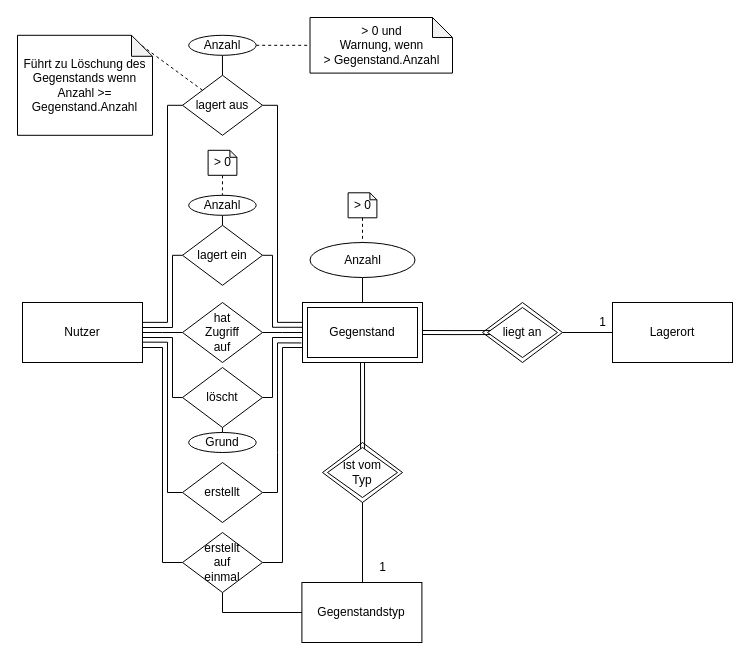
Earlier version of the draw.io diagram ArchitekturEntwurf Material/ERM_Sicht_F04.drawio (TINF18B5/SWE_TINF18B5_Timo_Klenk). Source tidied: cells renumbered, new cells numbered last; positions are measured from the earlier drawing's top-left corner, leaving out a move shared by most shapes. Both pictures are drawn from the tidied source at 100%, with x=0, y=0 at pixel (17, 17).
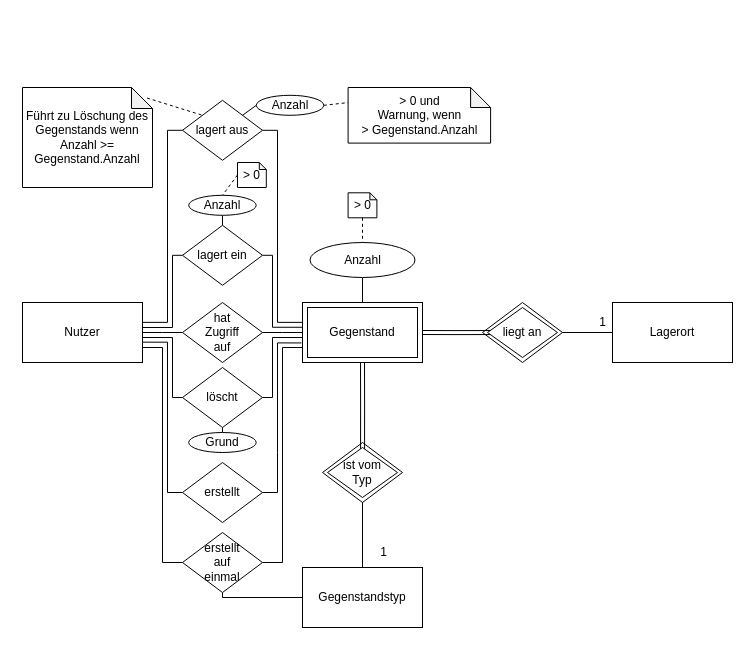
The same page after the edit.

Unchanged cells that the change refers to:
```xml
<mxCell id="26" value="erstellt&lt;br&gt;auf&lt;br&gt;einmal" style="rhombus;whiteSpace=wrap;html=1;" parent="1" vertex="1">
  <mxGeometry x="165" y="515" width="80" height="60" as="geometry" />
</mxCell>
<mxCell id="40" value="Anzahl" style="ellipse;whiteSpace=wrap;html=1;" parent="1" vertex="1">
  <mxGeometry x="171.2" y="177.8" width="67.5" height="20" as="geometry" />
</mxCell>
```

The edit, as a diff of the source:
```diff
@@
     <mxCell id="23" value="Gegenstandstyp" style="rounded=0;whiteSpace=wrap;html=1;" parent="1" vertex="1">
-      <mxGeometry x="284.4" y="565" width="120" height="60" as="geometry" />
+      <mxGeometry x="285" y="550" width="120" height="60" as="geometry" />
     </mxCell>
@@
     <mxCell id="25" style="edgeStyle=orthogonalEdgeStyle;rounded=0;jettySize=auto;html=1;exitX=0.5;exitY=1;exitDx=0;exitDy=0;entryX=0;entryY=0.5;entryDx=0;entryDy=0;endArrow=none;endFill=0;" parent="1" edge="1" source="26" target="23">
-      <mxGeometry relative="1" as="geometry" />
+      <mxGeometry relative="1" as="geometry">
+        <Array as="points">
+          <mxPoint x="205" y="580" />
+        </Array>
+      </mxGeometry>
     </mxCell>
@@
     <mxCell id="34" value="1" style="text;html=1;align=center;verticalAlign=middle;" parent="1" vertex="1">
-      <mxGeometry x="355" y="540" width="20" height="20" as="geometry" />
+      <mxGeometry x="355.6" y="525" width="20" height="20" as="geometry" />
     </mxCell>
@@
+    <mxCell id="55" style="rounded=0;jettySize=auto;html=1;exitX=1;exitY=0;exitDx=0;exitDy=0;entryX=0;entryY=0.5;entryDx=0;entryDy=0;endArrow=none;endFill=0;" parent="1" edge="1" source="38" target="43">
+      <mxGeometry relative="1" as="geometry" />
+    </mxCell>
     <mxCell id="38" value="lagert aus" style="rhombus;whiteSpace=wrap;html=1;" parent="1" vertex="1">
-      <mxGeometry x="165" y="57.8" width="80" height="60" as="geometry" />
+      <mxGeometry x="165" y="82.8" width="80" height="60" as="geometry" />
     </mxCell>
@@
-    <mxCell id="41" style="edgeStyle=none;rounded=0;jettySize=auto;html=1;exitX=1;exitY=0.5;exitDx=0;exitDy=0;entryX=0;entryY=0.5;entryDx=0;entryDy=0;entryPerimeter=0;dashed=1;endArrow=none;endFill=0;" parent="1" edge="1" source="43" target="46">
+    <mxCell id="41" style="edgeStyle=none;rounded=0;jettySize=auto;html=1;exitX=1;exitY=0.5;exitDx=0;exitDy=0;entryX=0.027;entryY=0.264;entryDx=0;entryDy=0;entryPerimeter=0;dashed=1;endArrow=none;endFill=0;" parent="1" edge="1" source="43" target="46">
       <mxGeometry relative="1" as="geometry" />
     </mxCell>
-    <mxCell id="42" style="edgeStyle=none;rounded=0;jettySize=auto;html=1;exitX=0.5;exitY=1;exitDx=0;exitDy=0;entryX=0.5;entryY=0;entryDx=0;entryDy=0;endArrow=none;endFill=0;" parent="1" edge="1" source="43" target="38">
-      <mxGeometry relative="1" as="geometry" />
-    </mxCell>
     <mxCell id="43" value="Anzahl" style="ellipse;whiteSpace=wrap;html=1;" parent="1" vertex="1">
-      <mxGeometry x="171.2" y="17.8" width="67.5" height="20" as="geometry" />
+      <mxGeometry x="238.8" y="77.8" width="67.5" height="20" as="geometry" />
     </mxCell>
-    <mxCell id="44" style="edgeStyle=none;rounded=0;jettySize=auto;html=1;exitX=0.5;exitY=1;exitDx=0;exitDy=0;exitPerimeter=0;entryX=0.5;entryY=0;entryDx=0;entryDy=0;endArrow=none;endFill=0;dashed=1;" parent="1" edge="1" source="45" target="40">
+    <mxCell id="44" style="edgeStyle=none;rounded=0;jettySize=auto;html=1;exitX=0;exitY=0.5;exitDx=0;exitDy=0;exitPerimeter=0;entryX=0.5;entryY=0;entryDx=0;entryDy=0;endArrow=none;endFill=0;dashed=1;" parent="1" edge="1" source="45" target="40">
       <mxGeometry relative="1" as="geometry" />
     </mxCell>
     <mxCell id="45" value="&amp;gt; 0" style="shape=note;whiteSpace=wrap;html=1;backgroundOutline=1;darkOpacity=0.05;size=7;" parent="1" vertex="1">
-      <mxGeometry x="190.6" y="132.8" width="28.8" height="25" as="geometry" />
+      <mxGeometry x="220" y="145" width="28.8" height="25" as="geometry" />
     </mxCell>
     <mxCell id="46" value="&amp;gt; 0 und&lt;br&gt;Warnung, wenn &lt;br&gt;&amp;gt; Gegenstand.Anzahl" style="shape=note;whiteSpace=wrap;html=1;backgroundOutline=1;darkOpacity=0.05;size=20;" parent="1" vertex="1">
-      <mxGeometry x="292.5" width="142.5" height="55.6" as="geometry" />
+      <mxGeometry x="330.6" y="70" width="142.5" height="55.6" as="geometry" />
     </mxCell>
@@
     <mxCell id="52" value="Führt zu Löschung des Gegenstands wenn Anzahl &amp;gt;= Gegenstand.Anzahl" style="shape=note;whiteSpace=wrap;html=1;backgroundOutline=1;darkOpacity=0.05;size=21;" parent="1" vertex="1">
-      <mxGeometry y="17.8" width="135" height="100" as="geometry" />
+      <mxGeometry x="5" y="70" width="130" height="100" as="geometry" />
     </mxCell>
```
